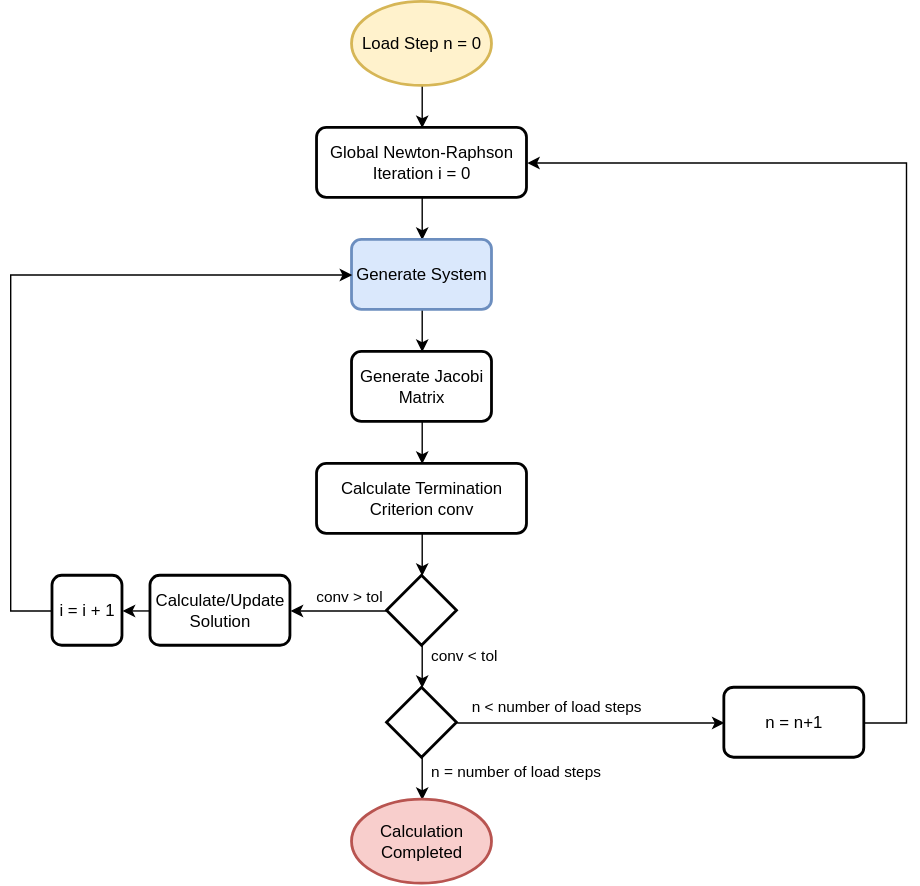
Above: images/workflow_FEA.svg in ttz-emo/ElastoPlasticity-IsotropicHardening (draw.io), before the change. Source tidied: cells renumbered, new cells last; positions are measured from the earlier drawing's top-left corner, leaving out a move shared by most shapes. Its diagram source:
```xml
<mxGraphModel>
  <root>
    <mxCell id="0" />
    <mxCell id="1" parent="0" />
    <mxCell id="2" style="edgeStyle=orthogonalEdgeStyle;rounded=0;jettySize=auto;html=1;exitX=0.5;exitY=1;exitDx=0;exitDy=0;entryX=0.5;entryY=0;entryDx=0;entryDy=0;" parent="1" edge="1" source="3" target="7">
      <mxGeometry relative="1" as="geometry" />
    </mxCell>
    <mxCell id="3" value="Global Newton-Raphson Iteration i = 0" style="rounded=1;whiteSpace=wrap;html=1;absoluteArcSize=1;arcSize=14;strokeWidth=2;" parent="1" vertex="1">
      <mxGeometry x="219" y="90" width="150" height="50" as="geometry" />
    </mxCell>
    <mxCell id="4" style="edgeStyle=orthogonalEdgeStyle;rounded=0;jettySize=auto;html=1;exitX=0.5;exitY=1;exitDx=0;exitDy=0;exitPerimeter=0;entryX=0.5;entryY=0;entryDx=0;entryDy=0;" parent="1" edge="1" source="5" target="3">
      <mxGeometry relative="1" as="geometry" />
    </mxCell>
    <mxCell id="5" value="Load Step n = 0" style="strokeWidth=2;html=1;shape=mxgraph.flowchart.start_1;whiteSpace=wrap;fillColor=#fff2cc;strokeColor=#d6b656;" parent="1" vertex="1">
      <mxGeometry x="244" width="100" height="60" as="geometry" />
    </mxCell>
    <mxCell id="6" style="edgeStyle=orthogonalEdgeStyle;rounded=0;jettySize=auto;html=1;exitX=0.5;exitY=1;exitDx=0;exitDy=0;entryX=0.5;entryY=0;entryDx=0;entryDy=0;" parent="1" edge="1" source="7" target="9">
      <mxGeometry relative="1" as="geometry" />
    </mxCell>
    <mxCell id="7" value="Generate System" style="rounded=1;whiteSpace=wrap;html=1;absoluteArcSize=1;arcSize=14;strokeWidth=2;fillColor=#dae8fc;strokeColor=#6c8ebf;" parent="1" vertex="1">
      <mxGeometry x="244" y="170" width="100" height="50" as="geometry" />
    </mxCell>
    <mxCell id="8" style="edgeStyle=orthogonalEdgeStyle;rounded=0;jettySize=auto;html=1;exitX=0.5;exitY=1;exitDx=0;exitDy=0;entryX=0.5;entryY=0;entryDx=0;entryDy=0;" parent="1" edge="1" source="9" target="11">
      <mxGeometry relative="1" as="geometry" />
    </mxCell>
    <mxCell id="9" value="Generate Jacobi Matrix" style="rounded=1;whiteSpace=wrap;html=1;absoluteArcSize=1;arcSize=14;strokeWidth=2;" parent="1" vertex="1">
      <mxGeometry x="244" y="250" width="100" height="50" as="geometry" />
    </mxCell>
    <mxCell id="10" style="edgeStyle=orthogonalEdgeStyle;rounded=0;jettySize=auto;html=1;" parent="1" edge="1" source="11" target="16">
      <mxGeometry relative="1" as="geometry" />
    </mxCell>
    <mxCell id="11" value="Calculate Termination Criterion conv" style="rounded=1;whiteSpace=wrap;html=1;absoluteArcSize=1;arcSize=14;strokeWidth=2;" parent="1" vertex="1">
      <mxGeometry x="219" y="330" width="150" height="50" as="geometry" />
    </mxCell>
    <mxCell id="12" style="edgeStyle=orthogonalEdgeStyle;rounded=0;jettySize=auto;html=1;" parent="1" edge="1" source="16" target="21">
      <mxGeometry relative="1" as="geometry" />
    </mxCell>
    <mxCell id="13" value="conv &amp;lt; tol" style="edgeLabel;html=1;align=center;verticalAlign=middle;" parent="12" vertex="1">
      <mxGeometry x="-0.57" y="-1" relative="1" as="geometry">
        <mxPoint x="30" y="-4" as="offset" />
      </mxGeometry>
    </mxCell>
    <mxCell id="14" style="edgeStyle=orthogonalEdgeStyle;rounded=0;jettySize=auto;html=1;exitX=0;exitY=0.5;exitDx=0;exitDy=0;exitPerimeter=0;entryX=1;entryY=0.5;entryDx=0;entryDy=0;" parent="1" edge="1" source="16" target="26">
      <mxGeometry relative="1" as="geometry" />
    </mxCell>
    <mxCell id="15" value="conv &amp;gt; tol" style="edgeLabel;html=1;align=center;verticalAlign=middle;" parent="14" vertex="1">
      <mxGeometry x="-0.08" y="-2" relative="1" as="geometry">
        <mxPoint x="4" y="-9" as="offset" />
      </mxGeometry>
    </mxCell>
    <mxCell id="16" style="strokeWidth=2;html=1;shape=mxgraph.flowchart.decision;whiteSpace=wrap;" parent="1" vertex="1">
      <mxGeometry x="269" y="410" width="50" height="50" as="geometry" />
    </mxCell>
    <mxCell id="17" style="edgeStyle=orthogonalEdgeStyle;rounded=0;jettySize=auto;html=1;" parent="1" edge="1" source="21" target="22">
      <mxGeometry relative="1" as="geometry" />
    </mxCell>
    <mxCell id="18" value="n = number of load steps" style="edgeLabel;html=1;align=center;verticalAlign=middle;" parent="17" vertex="1">
      <mxGeometry x="-0.61" y="-1" relative="1" as="geometry">
        <mxPoint x="67" as="offset" />
      </mxGeometry>
    </mxCell>
    <mxCell id="19" style="edgeStyle=orthogonalEdgeStyle;rounded=0;jettySize=auto;html=1;exitX=1;exitY=0.5;exitDx=0;exitDy=0;exitPerimeter=0;entryX=0;entryY=0.5;entryDx=0;entryDy=0;" parent="1" edge="1" source="21" target="24">
      <mxGeometry relative="1" as="geometry" />
    </mxCell>
    <mxCell id="20" value="n &amp;lt; number of load steps" style="edgeLabel;html=1;align=center;verticalAlign=middle;" parent="19" vertex="1">
      <mxGeometry x="-0.27" y="2" relative="1" as="geometry">
        <mxPoint x="1" y="-10" as="offset" />
      </mxGeometry>
    </mxCell>
    <mxCell id="21" style="strokeWidth=2;html=1;shape=mxgraph.flowchart.decision;whiteSpace=wrap;" parent="1" vertex="1">
      <mxGeometry x="269" y="490" width="50" height="50" as="geometry" />
    </mxCell>
    <mxCell id="22" value="Calculation Completed" style="strokeWidth=2;html=1;shape=mxgraph.flowchart.start_1;whiteSpace=wrap;fillColor=#f8cecc;strokeColor=#b85450;" parent="1" vertex="1">
      <mxGeometry x="244" y="570" width="100" height="60" as="geometry" />
    </mxCell>
    <mxCell id="23" style="edgeStyle=orthogonalEdgeStyle;rounded=0;jettySize=auto;html=1;exitX=1;exitY=0.5;exitDx=0;exitDy=0;entryX=1;entryY=0.5;entryDx=0;entryDy=0;" parent="1" edge="1" source="24" target="3">
      <mxGeometry relative="1" as="geometry">
        <Array as="points">
          <mxPoint x="640" y="515" />
          <mxPoint x="640" y="115" />
        </Array>
      </mxGeometry>
    </mxCell>
    <mxCell id="24" value="n = n+1" style="rounded=1;whiteSpace=wrap;html=1;absoluteArcSize=1;arcSize=14;strokeWidth=2;" parent="1" vertex="1">
      <mxGeometry x="510" y="490" width="100" height="50" as="geometry" />
    </mxCell>
    <mxCell id="25" style="edgeStyle=orthogonalEdgeStyle;rounded=0;jettySize=auto;html=1;exitX=0;exitY=0.5;exitDx=0;exitDy=0;entryX=1;entryY=0.5;entryDx=0;entryDy=0;" parent="1" edge="1" source="26" target="28">
      <mxGeometry relative="1" as="geometry" />
    </mxCell>
    <mxCell id="26" value="Calculate/Update Solution" style="rounded=1;whiteSpace=wrap;html=1;absoluteArcSize=1;arcSize=14;strokeWidth=2;" parent="1" vertex="1">
      <mxGeometry x="100" y="410" width="100" height="50" as="geometry" />
    </mxCell>
    <mxCell id="27" style="edgeStyle=orthogonalEdgeStyle;rounded=0;jettySize=auto;html=1;exitX=0;exitY=0.5;exitDx=0;exitDy=0;entryX=0;entryY=0.5;entryDx=0;entryDy=0;" parent="1" edge="1" source="28" target="7">
      <mxGeometry relative="1" as="geometry">
        <Array as="points">
          <mxPoint y="435" />
          <mxPoint y="195" />
        </Array>
      </mxGeometry>
    </mxCell>
    <mxCell id="28" value="i = i + 1" style="rounded=1;whiteSpace=wrap;html=1;absoluteArcSize=1;arcSize=14;strokeWidth=2;" parent="1" vertex="1">
      <mxGeometry x="30" y="410" width="50" height="50" as="geometry" />
    </mxCell>
  </root>
</mxGraphModel>
```
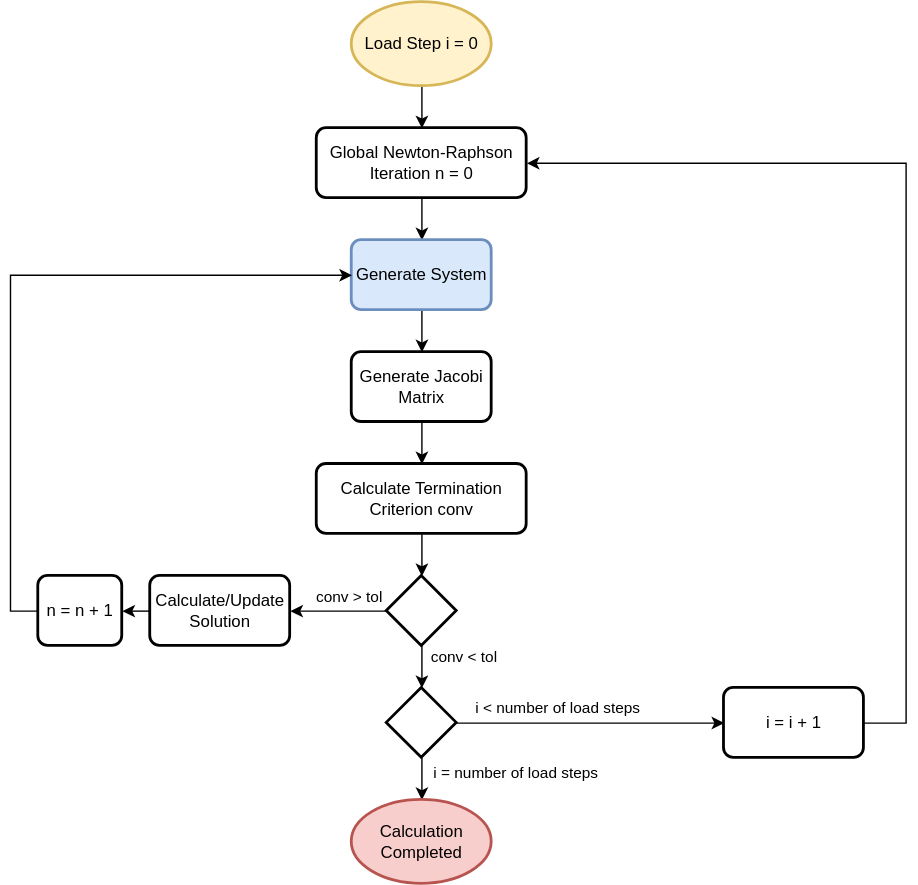
The same file after the commit.

What changed in the source:
```diff
@@ -5,13 +5,13 @@
     <mxCell id="2" style="edgeStyle=orthogonalEdgeStyle;rounded=0;jettySize=auto;html=1;exitX=0.5;exitY=1;exitDx=0;exitDy=0;entryX=0.5;entryY=0;entryDx=0;entryDy=0;" parent="1" edge="1" source="3" target="7">
       <mxGeometry relative="1" as="geometry" />
     </mxCell>
-    <mxCell id="3" value="Global Newton-Raphson Iteration i = 0" style="rounded=1;whiteSpace=wrap;html=1;absoluteArcSize=1;arcSize=14;strokeWidth=2;" parent="1" vertex="1">
+    <mxCell id="3" value="Global Newton-Raphson Iteration n = 0" style="rounded=1;whiteSpace=wrap;html=1;absoluteArcSize=1;arcSize=14;strokeWidth=2;" parent="1" vertex="1">
       <mxGeometry x="219" y="90" width="150" height="50" as="geometry" />
     </mxCell>
     <mxCell id="4" style="edgeStyle=orthogonalEdgeStyle;rounded=0;jettySize=auto;html=1;exitX=0.5;exitY=1;exitDx=0;exitDy=0;exitPerimeter=0;entryX=0.5;entryY=0;entryDx=0;entryDy=0;" parent="1" edge="1" source="5" target="3">
       <mxGeometry relative="1" as="geometry" />
     </mxCell>
-    <mxCell id="5" value="Load Step n = 0" style="strokeWidth=2;html=1;shape=mxgraph.flowchart.start_1;whiteSpace=wrap;fillColor=#fff2cc;strokeColor=#d6b656;" parent="1" vertex="1">
+    <mxCell id="5" value="Load Step i = 0" style="strokeWidth=2;html=1;shape=mxgraph.flowchart.start_1;whiteSpace=wrap;fillColor=#fff2cc;strokeColor=#d6b656;" parent="1" vertex="1">
       <mxGeometry x="244" width="100" height="60" as="geometry" />
     </mxCell>
     <mxCell id="6" style="edgeStyle=orthogonalEdgeStyle;rounded=0;jettySize=auto;html=1;exitX=0.5;exitY=1;exitDx=0;exitDy=0;entryX=0.5;entryY=0;entryDx=0;entryDy=0;" parent="1" edge="1" source="7" target="9">
@@ -54,7 +54,7 @@
     <mxCell id="17" style="edgeStyle=orthogonalEdgeStyle;rounded=0;jettySize=auto;html=1;" parent="1" edge="1" source="21" target="22">
       <mxGeometry relative="1" as="geometry" />
     </mxCell>
-    <mxCell id="18" value="n = number of load steps" style="edgeLabel;html=1;align=center;verticalAlign=middle;" parent="17" vertex="1">
+    <mxCell id="18" value="i = number of load steps" style="edgeLabel;html=1;align=center;verticalAlign=middle;" parent="17" vertex="1">
       <mxGeometry x="-0.61" y="-1" relative="1" as="geometry">
         <mxPoint x="67" as="offset" />
       </mxGeometry>
@@ -62,7 +62,7 @@
     <mxCell id="19" style="edgeStyle=orthogonalEdgeStyle;rounded=0;jettySize=auto;html=1;exitX=1;exitY=0.5;exitDx=0;exitDy=0;exitPerimeter=0;entryX=0;entryY=0.5;entryDx=0;entryDy=0;" parent="1" edge="1" source="21" target="24">
       <mxGeometry relative="1" as="geometry" />
     </mxCell>
-    <mxCell id="20" value="n &amp;lt; number of load steps" style="edgeLabel;html=1;align=center;verticalAlign=middle;" parent="19" vertex="1">
+    <mxCell id="20" value="i &amp;lt; number of load steps" style="edgeLabel;html=1;align=center;verticalAlign=middle;" parent="19" vertex="1">
       <mxGeometry x="-0.27" y="2" relative="1" as="geometry">
         <mxPoint x="1" y="-10" as="offset" />
       </mxGeometry>
@@ -81,7 +81,7 @@
         </Array>
       </mxGeometry>
     </mxCell>
-    <mxCell id="24" value="n = n+1" style="rounded=1;whiteSpace=wrap;html=1;absoluteArcSize=1;arcSize=14;strokeWidth=2;" parent="1" vertex="1">
+    <mxCell id="24" value="i = i + 1" style="rounded=1;whiteSpace=wrap;html=1;absoluteArcSize=1;arcSize=14;strokeWidth=2;" parent="1" vertex="1">
       <mxGeometry x="510" y="490" width="100" height="50" as="geometry" />
     </mxCell>
     <mxCell id="25" style="edgeStyle=orthogonalEdgeStyle;rounded=0;jettySize=auto;html=1;exitX=0;exitY=0.5;exitDx=0;exitDy=0;entryX=1;entryY=0.5;entryDx=0;entryDy=0;" parent="1" edge="1" source="26" target="28">
@@ -98,8 +98,8 @@
         </Array>
       </mxGeometry>
     </mxCell>
-    <mxCell id="28" value="i = i + 1" style="rounded=1;whiteSpace=wrap;html=1;absoluteArcSize=1;arcSize=14;strokeWidth=2;" parent="1" vertex="1">
-      <mxGeometry x="30" y="410" width="50" height="50" as="geometry" />
+    <mxCell id="28" value="n = n + 1" style="rounded=1;whiteSpace=wrap;html=1;absoluteArcSize=1;arcSize=14;strokeWidth=2;" parent="1" vertex="1">
+      <mxGeometry x="20" y="410" width="60" height="50" as="geometry" />
     </mxCell>
   </root>
 </mxGraphModel>
```
